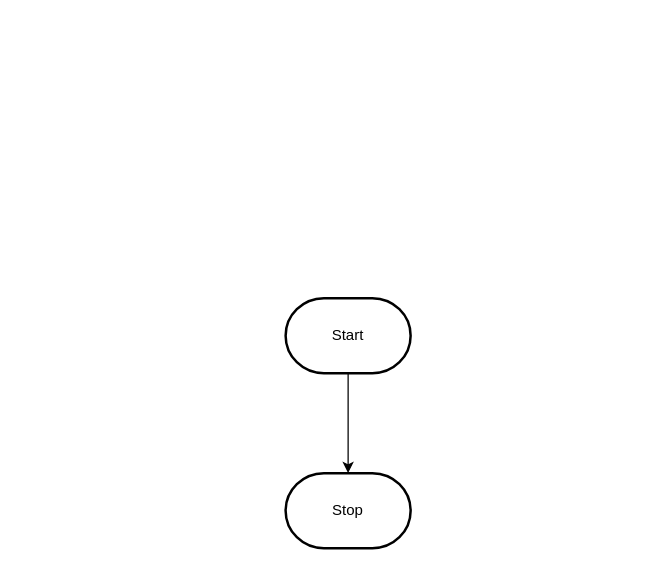
The draw.io diagram design/flowchart.drawio in MTHS-ICD2O-1-2023/ICD2O-Unit-3-04-Gabriel-Zanardi, before the edit. Source tidied: cells renumbered, new cells numbered last; positions are measured from the earlier drawing's top-left corner, leaving out a move shared by most shapes. Both pictures are drawn from the tidied source at 125%, with x=0, y=0 at pixel (285, 298).
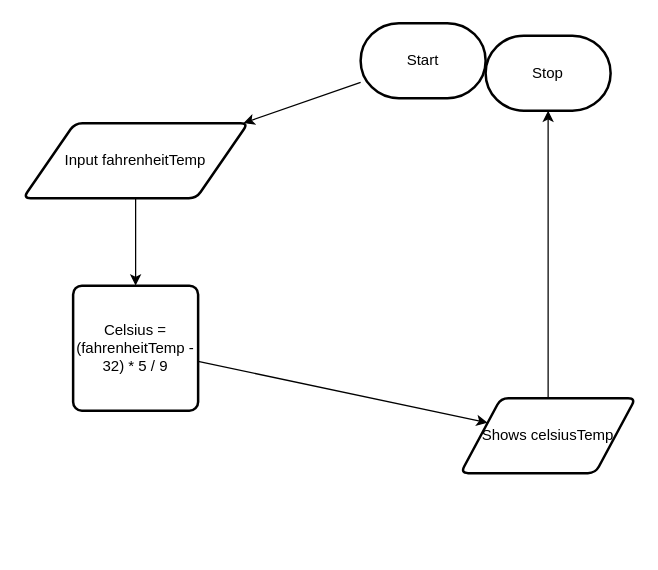
Above is the later version.

Commit message:
did flowchart - fahrenheit to celsius

Diff of the diagram source:
```diff
@@
 <mxGraphModel>
   <root>
     <mxCell id="0" />
     <mxCell id="1" parent="0" />
-    <mxCell id="2" style="edgeStyle=orthogonalEdgeStyle;html=1;rounded=0;" parent="1" edge="1" source="3" target="4">
-      <mxGeometry relative="1" as="geometry" />
-    </mxCell>
+    <mxCell id="5" style="edgeStyle=none;html=1;" parent="1" edge="1" source="3" target="2">
+      <mxGeometry relative="1" as="geometry" />
+    </mxCell>
     <mxCell id="3" value="Start" style="strokeWidth=2;html=1;shape=mxgraph.flowchart.terminator;whiteSpace=wrap;" parent="1" vertex="1">
-      <mxGeometry width="100" height="60" as="geometry" />
+      <mxGeometry x="60" y="-220" width="100" height="60" as="geometry" />
     </mxCell>
     <mxCell id="4" value="Stop" style="strokeWidth=2;html=1;shape=mxgraph.flowchart.terminator;whiteSpace=wrap;" parent="1" vertex="1">
-      <mxGeometry y="140" width="100" height="60" as="geometry" />
+      <mxGeometry x="160" y="-210" width="100" height="60" as="geometry" />
     </mxCell>
+    <mxCell id="6" style="edgeStyle=none;html=1;" parent="1" edge="1" source="2" target="8">
+      <mxGeometry relative="1" as="geometry" />
+    </mxCell>
+    <mxCell id="2" value="Input fahrenheitTemp" style="shape=parallelogram;html=1;strokeWidth=2;perimeter=parallelogramPerimeter;whiteSpace=wrap;rounded=1;arcSize=12;size=0.23;" parent="1" vertex="1">
+      <mxGeometry x="-210" y="-140" width="180" height="60" as="geometry" />
+    </mxCell>
+    <mxCell id="7" style="edgeStyle=none;html=1;" parent="1" edge="1" source="8" target="10">
+      <mxGeometry relative="1" as="geometry" />
+    </mxCell>
+    <mxCell id="8" value="Celsius = (fahrenheitTemp - 32) * 5 / 9" style="rounded=1;whiteSpace=wrap;html=1;absoluteArcSize=1;arcSize=14;strokeWidth=2;" parent="1" vertex="1">
+      <mxGeometry x="-170" y="-10" width="100" height="100" as="geometry" />
+    </mxCell>
+    <mxCell id="9" style="edgeStyle=none;html=1;" parent="1" edge="1" source="10" target="4">
+      <mxGeometry relative="1" as="geometry" />
+    </mxCell>
+    <mxCell id="10" value="Shows celsiusTemp" style="shape=parallelogram;html=1;strokeWidth=2;perimeter=parallelogramPerimeter;whiteSpace=wrap;rounded=1;arcSize=12;size=0.23;" parent="1" vertex="1">
+      <mxGeometry x="140" y="80" width="140" height="60" as="geometry" />
+    </mxCell>
   </root>
 </mxGraphModel>
```
